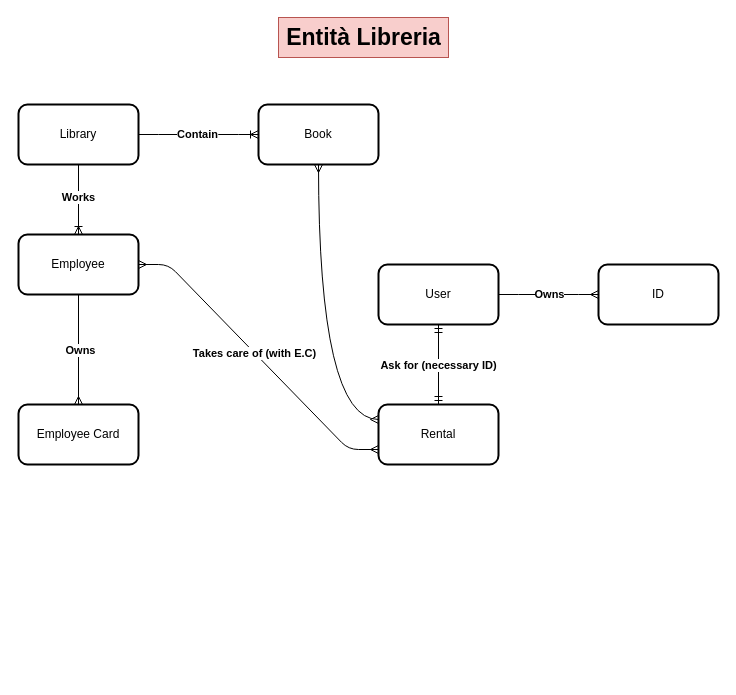
DavideDamico/ITS-Steve-Jobs keeps this draw.io diagram as SteveJobs/DATA MANAGEMENT/biblioteca.dio. Above is the earlier version. Source tidied: cells renumbered, new cells numbered last; positions are measured from the earlier drawing's top-left corner, leaving out a move shared by most shapes. Both pictures are drawn from the tidied source at 100%, with x=0, y=0 at pixel (18, 17).
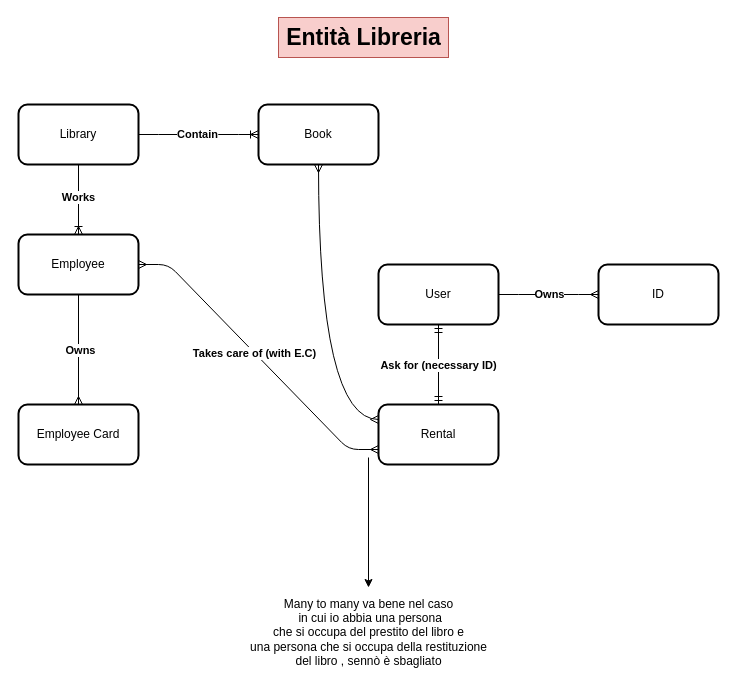
The same diagram, later.

Commit message (it also covers changes not shown here):
Aggiunzione biblioteca rivisitata

Diff of the diagram source:
```diff
@@
+    <mxCell id="23" style="endArrow=classic;html=1;" parent="1" edge="1">
+      <mxGeometry relative="1" as="geometry">
+        <mxPoint x="350" y="440" as="sourcePoint" />
+        <mxPoint x="350" y="570" as="targetPoint" />
+      </mxGeometry>
+    </mxCell>
+    <mxCell id="24" value="Many to many va bene nel caso&lt;div&gt;&amp;nbsp;in cui io abbia una persona&lt;div&gt;che si occupa del prestito del libro e&lt;/div&gt;&lt;/div&gt;&lt;div&gt;una persona che si occupa della restituzione&lt;/div&gt;&lt;div&gt;del libro , sennò è sbagliato&lt;/div&gt;" style="text;html=1;align=center;verticalAlign=middle;strokeColor=none;fillColor=none;" parent="1" vertex="1">
+      <mxGeometry x="220" y="570" width="260" height="90" as="geometry" />
+    </mxCell>
```
